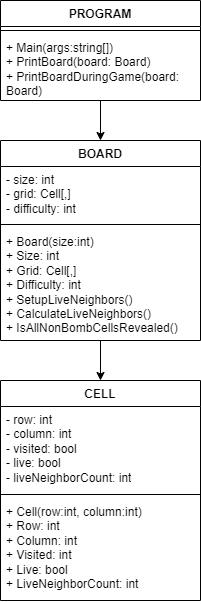
JLAGCU/CST-250-Milestone keeps this draw.io diagram as Images/Milestone UML.png. Above is the earlier version. Source tidied: cells renumbered, new cells last; positions are measured from the earlier drawing's top-left corner, leaving out a move shared by most shapes.
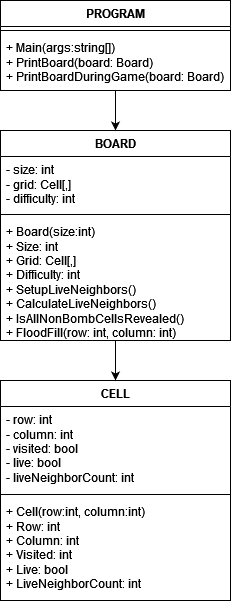
The same diagram one commit later.

Change to the diagram source:
```diff
@@ -3,43 +3,43 @@
     <mxCell id="0" />
     <mxCell id="1" parent="0" />
     <mxCell id="2" value="CELL" style="swimlane;fontStyle=1;align=center;verticalAlign=top;horizontal=1;startSize=26;whiteSpace=wrap;html=1;" parent="1" vertex="1">
-      <mxGeometry y="380" width="200" height="220" as="geometry" />
+      <mxGeometry y="380" width="230" height="220" as="geometry" />
     </mxCell>
     <mxCell id="3" value="- row: int&lt;br&gt;- column: int&lt;br&gt;- visited: bool&lt;br&gt;- live: bool&lt;br&gt;- liveNeighborCount: int" style="text;strokeColor=none;fillColor=none;align=left;verticalAlign=top;spacingLeft=4;spacingRight=4;overflow=hidden;whiteSpace=wrap;html=1;" parent="2" vertex="1">
-      <mxGeometry y="26" width="200" height="84" as="geometry" />
+      <mxGeometry y="26" width="230" height="84" as="geometry" />
     </mxCell>
-    <mxCell id="4" style="line;strokeWidth=1;fillColor=none;align=left;verticalAlign=middle;spacingTop=-1;spacingLeft=3;spacingRight=3;labelPosition=right;strokeColor=inherit;" parent="2" vertex="1">
-      <mxGeometry y="110" width="200" height="8" as="geometry" />
-    </mxCell>
+    <mxCell id="15" style="line;strokeWidth=1;fillColor=none;align=left;verticalAlign=middle;spacingTop=-1;spacingLeft=3;spacingRight=3;labelPosition=right;strokeColor=inherit;" parent="2" vertex="1">
+      <mxGeometry y="110" width="230" height="8" as="geometry" />
+    </mxCell>
     <mxCell id="5" value="+ Cell(row:int, column:int)&lt;br&gt;+ Row: int&lt;br&gt;+ Column: int&lt;br&gt;+ Visited: int&lt;br&gt;+ Live: bool&lt;br&gt;+ LiveNeighborCount: int" style="text;strokeColor=none;fillColor=none;align=left;verticalAlign=top;spacingLeft=4;spacingRight=4;overflow=hidden;whiteSpace=wrap;html=1;" parent="2" vertex="1">
-      <mxGeometry y="118" width="200" height="102" as="geometry" />
+      <mxGeometry y="118" width="230" height="102" as="geometry" />
     </mxCell>
     <mxCell id="6" style="edgeStyle=orthogonalEdgeStyle;rounded=0;jettySize=auto;html=1;entryX=0.5;entryY=0;entryDx=0;entryDy=0;" parent="1" edge="1" source="7" target="2">
       <mxGeometry relative="1" as="geometry" />
     </mxCell>
     <mxCell id="7" value="BOARD" style="swimlane;fontStyle=1;align=center;verticalAlign=top;horizontal=1;startSize=26;whiteSpace=wrap;html=1;" parent="1" vertex="1">
-      <mxGeometry y="140" width="200" height="200" as="geometry" />
+      <mxGeometry y="130" width="230" height="210" as="geometry" />
     </mxCell>
     <mxCell id="8" value="- size: int&lt;br&gt;- grid: Cell[,]&lt;br&gt;- difficulty: int" style="text;strokeColor=none;fillColor=none;align=left;verticalAlign=top;spacingLeft=4;spacingRight=4;overflow=hidden;whiteSpace=wrap;html=1;" parent="7" vertex="1">
-      <mxGeometry y="26" width="200" height="54" as="geometry" />
+      <mxGeometry y="26" width="230" height="54" as="geometry" />
     </mxCell>
-    <mxCell id="9" style="line;strokeWidth=1;fillColor=none;align=left;verticalAlign=middle;spacingTop=-1;spacingLeft=3;spacingRight=3;labelPosition=right;strokeColor=inherit;" parent="7" vertex="1">
-      <mxGeometry y="80" width="200" height="8" as="geometry" />
-    </mxCell>
-    <mxCell id="10" value="+ Board(size:int)&lt;br&gt;+ Size: int&lt;br&gt;+ Grid: Cell[,]&lt;br&gt;+ Difficulty: int&lt;br&gt;+ SetupLiveNeighbors()&lt;br&gt;+ CalculateLiveNeighbors()&lt;br&gt;+ IsAllNonBombCellsRevealed()" style="text;strokeColor=none;fillColor=none;align=left;verticalAlign=top;spacingLeft=4;spacingRight=4;overflow=hidden;whiteSpace=wrap;html=1;" parent="7" vertex="1">
-      <mxGeometry y="88" width="200" height="112" as="geometry" />
-    </mxCell>
+    <mxCell id="16" style="line;strokeWidth=1;fillColor=none;align=left;verticalAlign=middle;spacingTop=-1;spacingLeft=3;spacingRight=3;labelPosition=right;strokeColor=inherit;" parent="7" vertex="1">
+      <mxGeometry y="80" width="230" height="8" as="geometry" />
+    </mxCell>
+    <mxCell id="17" value="+ Board(size:int)&lt;br&gt;+ Size: int&lt;br&gt;+ Grid: Cell[,]&lt;br&gt;+ Difficulty: int&lt;br&gt;+ SetupLiveNeighbors()&lt;br&gt;+ CalculateLiveNeighbors()&lt;br&gt;&lt;div&gt;+ IsAllNonBombCellsRevealed()&lt;/div&gt;&lt;div&gt;+ FloodFill(row: int, column: int)&lt;br&gt;&lt;/div&gt;" style="text;strokeColor=none;fillColor=none;align=left;verticalAlign=top;spacingLeft=4;spacingRight=4;overflow=hidden;whiteSpace=wrap;html=1;" parent="7" vertex="1">
+      <mxGeometry y="88" width="230" height="122" as="geometry" />
+    </mxCell>
     <mxCell id="11" style="edgeStyle=orthogonalEdgeStyle;rounded=0;jettySize=auto;html=1;entryX=0.5;entryY=0;entryDx=0;entryDy=0;" parent="1" edge="1" source="12" target="7">
       <mxGeometry relative="1" as="geometry" />
     </mxCell>
     <mxCell id="12" value="PROGRAM" style="swimlane;fontStyle=1;align=center;verticalAlign=top;horizontal=1;startSize=26;whiteSpace=wrap;html=1;" parent="1" vertex="1">
-      <mxGeometry width="200" height="100" as="geometry" />
+      <mxGeometry width="230" height="90" as="geometry" />
     </mxCell>
-    <mxCell id="13" style="line;strokeWidth=1;fillColor=none;align=left;verticalAlign=middle;spacingTop=-1;spacingLeft=3;spacingRight=3;labelPosition=right;strokeColor=inherit;" parent="12" vertex="1">
-      <mxGeometry y="26" width="200" height="8" as="geometry" />
-    </mxCell>
+    <mxCell id="18" style="line;strokeWidth=1;fillColor=none;align=left;verticalAlign=middle;spacingTop=-1;spacingLeft=3;spacingRight=3;labelPosition=right;strokeColor=inherit;" parent="12" vertex="1">
+      <mxGeometry y="26" width="230" height="8" as="geometry" />
+    </mxCell>
-    <mxCell id="14" value="+ Main(args:string[])&lt;br&gt;+ PrintBoard(board: Board)&lt;br&gt;+&amp;nbsp;PrintBoardDuringGame(board: Board)" style="text;strokeColor=none;fillColor=none;align=left;verticalAlign=top;spacingLeft=4;spacingRight=4;overflow=hidden;whiteSpace=wrap;html=1;" parent="12" vertex="1">
-      <mxGeometry y="34" width="200" height="66" as="geometry" />
+    <mxCell id="14" value="&lt;div&gt;+ Main(args:string[])&lt;/div&gt;&lt;div&gt;+ PrintBoard(board: Board)&lt;br&gt;+ PrintBoardDuringGame(board: Board)&lt;br&gt;&lt;/div&gt;" style="text;strokeColor=none;fillColor=none;align=left;verticalAlign=top;spacingLeft=4;spacingRight=4;overflow=hidden;whiteSpace=wrap;html=1;" parent="12" vertex="1">
+      <mxGeometry y="34" width="230" height="56" as="geometry" />
     </mxCell>
   </root>
 </mxGraphModel>
```
